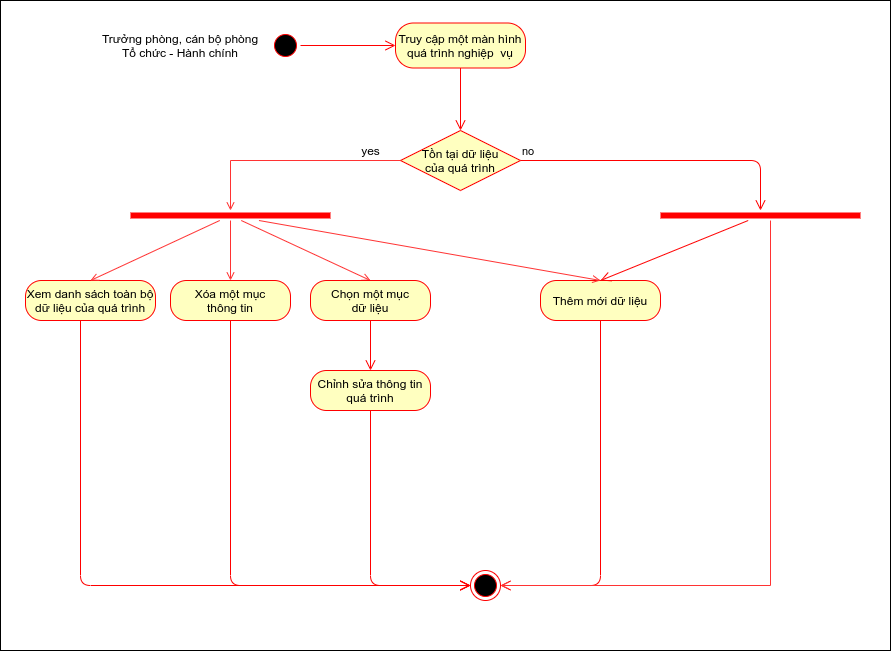
Above: img/UML/TchcStaff/activityQuanLyQT.png in namgold/LVTN_REPORT (draw.io), before the change. Source tidied: cells renumbered, new cells last; positions are measured from the earlier drawing's top-left corner, leaving out a move shared by most shapes.
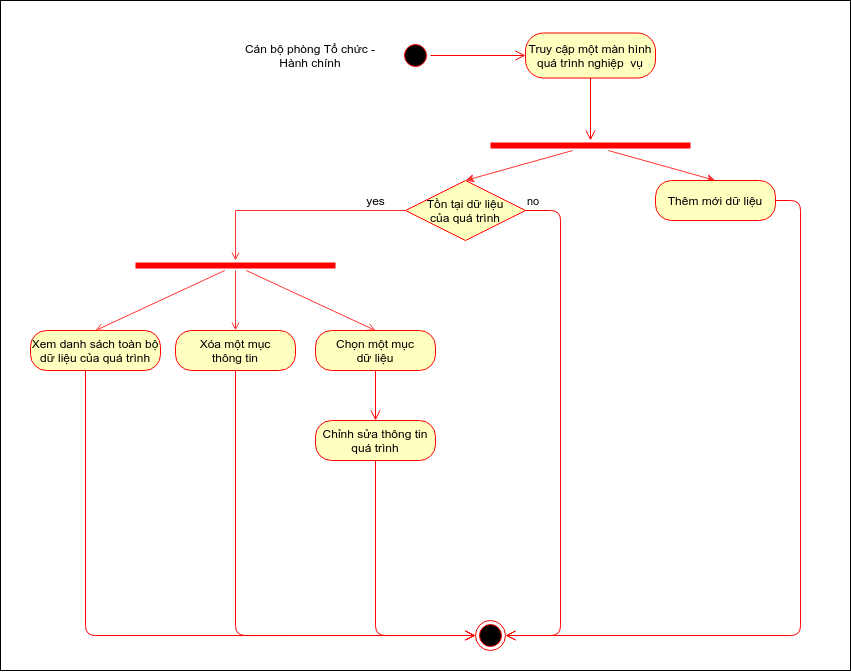
The same diagram one commit later.

Change to the diagram source:
```diff
@@ -3,13 +3,13 @@
     <mxCell id="0" />
     <mxCell id="1" parent="0" />
     <mxCell id="2" style="ellipse;html=1;shape=startState;fillColor=#000000;strokeColor=#ff0000;" parent="1" vertex="1">
-      <mxGeometry x="270" y="30" width="30" height="30" as="geometry" />
+      <mxGeometry x="395" y="-10" width="30" height="30" as="geometry" />
     </mxCell>
     <mxCell id="3" style="edgeStyle=orthogonalEdgeStyle;html=1;verticalAlign=bottom;endArrow=open;endSize=8;strokeColor=#ff0000;entryX=0;entryY=0.5;entryDx=0;entryDy=0;" parent="1" edge="1" source="2" target="19">
       <mxGeometry relative="1" as="geometry" />
     </mxCell>
-    <mxCell id="4" value="Trưởng phòng, cán bộ phòng Tổ chức - Hành chính" style="text;html=1;strokeColor=none;fillColor=none;align=center;verticalAlign=middle;whiteSpace=wrap;rounded=0;" parent="1" vertex="1">
-      <mxGeometry x="100" y="35" width="160" height="20" as="geometry" />
+    <mxCell id="4" value="Cán bộ phòng Tổ chức - Hành chính" style="text;html=1;strokeColor=none;fillColor=none;align=center;verticalAlign=middle;whiteSpace=wrap;rounded=0;" parent="1" vertex="1">
+      <mxGeometry x="225" y="-5" width="160" height="20" as="geometry" />
     </mxCell>
     <mxCell id="5" style="edgeStyle=orthogonalEdgeStyle;rounded=0;jettySize=auto;html=1;exitX=0;exitY=0.5;exitDx=0;exitDy=0;endArrow=open;endFill=0;strokeColor=#FF3333;entryX=0.5;entryY=0;entryDx=0;entryDy=0;entryPerimeter=0;" parent="1" edge="1" source="6" target="25">
       <mxGeometry relative="1" as="geometry" />
@@ -17,8 +17,13 @@
     <mxCell id="6" value="Tồn tại dữ liệu&lt;br&gt;của quá trình" style="rhombus;whiteSpace=wrap;html=1;fillColor=#ffffc0;strokeColor=#ff0000;" parent="1" vertex="1">
       <mxGeometry x="400" y="130" width="120" height="60" as="geometry" />
     </mxCell>
-    <mxCell id="7" value="no" style="edgeStyle=orthogonalEdgeStyle;html=1;align=left;verticalAlign=bottom;endArrow=open;endSize=8;strokeColor=#ff0000;" parent="1" edge="1" source="6" target="17">
-      <mxGeometry x="-1" relative="1" as="geometry" />
+    <mxCell id="7" value="no" style="edgeStyle=orthogonalEdgeStyle;html=1;align=left;verticalAlign=bottom;endArrow=open;endSize=8;strokeColor=#ff0000;entryX=1;entryY=0.5;entryDx=0;entryDy=0;" parent="1" edge="1" source="6" target="29">
+      <mxGeometry x="-1" relative="1" as="geometry">
+        <Array as="points">
+          <mxPoint x="555" y="160" />
+          <mxPoint x="555" y="585" />
+        </Array>
+      </mxGeometry>
     </mxCell>
     <mxCell id="8" value="Xem danh sách toàn bộ dữ liệu của quá trình" style="rounded=1;whiteSpace=wrap;html=1;arcSize=40;fontColor=#000000;fillColor=#ffffc0;strokeColor=#ff0000;" parent="1" vertex="1">
       <mxGeometry x="25" y="280" width="130" height="40" as="geometry" />
@@ -50,33 +55,10 @@
         </Array>
       </mxGeometry>
     </mxCell>
-    <mxCell id="14" value="Thêm mới dữ liệu" style="rounded=1;whiteSpace=wrap;html=1;arcSize=40;fontColor=#000000;fillColor=#ffffc0;strokeColor=#ff0000;" parent="1" vertex="1">
-      <mxGeometry x="540" y="280" width="120" height="40" as="geometry" />
-    </mxCell>
-    <mxCell id="15" style="edgeStyle=orthogonalEdgeStyle;html=1;verticalAlign=bottom;endArrow=open;endSize=8;strokeColor=#ff0000;entryX=1;entryY=0.5;entryDx=0;entryDy=0;" parent="1" edge="1" source="14" target="29">
-      <mxGeometry relative="1" as="geometry">
-        <Array as="points">
-          <mxPoint x="600" y="585" />
-        </Array>
-      </mxGeometry>
-    </mxCell>
-    <mxCell id="16" style="edgeStyle=orthogonalEdgeStyle;rounded=0;jettySize=auto;html=1;endArrow=open;endFill=0;strokeColor=#FF3333;entryX=1;entryY=0.5;entryDx=0;entryDy=0;" parent="1" edge="1" source="17" target="29">
-      <mxGeometry relative="1" as="geometry">
-        <Array as="points">
-          <mxPoint x="770" y="585" />
-        </Array>
-      </mxGeometry>
-    </mxCell>
-    <mxCell id="17" style="shape=line;html=1;strokeWidth=6;strokeColor=#ff0000;" parent="1" vertex="1">
-      <mxGeometry x="660" y="210" width="200" height="10" as="geometry" />
-    </mxCell>
-    <mxCell id="18" style="html=1;verticalAlign=bottom;endArrow=open;endSize=8;strokeColor=#ff0000;entryX=0.5;entryY=0;entryDx=0;entryDy=0;" parent="1" edge="1" source="17" target="14">
-      <mxGeometry relative="1" as="geometry" />
-    </mxCell>
     <mxCell id="19" value="Truy cập một màn hình quá trình nghiệp&amp;nbsp; vụ" style="rounded=1;whiteSpace=wrap;html=1;arcSize=40;fontColor=#000000;fillColor=#ffffc0;strokeColor=#ff0000;" parent="1" vertex="1">
-      <mxGeometry x="395" y="22.5" width="130" height="45" as="geometry" />
+      <mxGeometry x="520" y="-17.5" width="130" height="45" as="geometry" />
     </mxCell>
-    <mxCell id="20" style="edgeStyle=orthogonalEdgeStyle;html=1;verticalAlign=bottom;endArrow=open;endSize=8;strokeColor=#ff0000;entryX=0.5;entryY=0;entryDx=0;entryDy=0;" parent="1" edge="1" source="19" target="6">
+    <mxCell id="20" style="edgeStyle=orthogonalEdgeStyle;html=1;verticalAlign=bottom;endArrow=open;endSize=8;strokeColor=#ff0000;" parent="1" edge="1" source="19" target="33">
       <mxGeometry relative="1" as="geometry" />
     </mxCell>
     <mxCell id="21" style="rounded=0;jettySize=auto;html=1;entryX=0.5;entryY=0;entryDx=0;entryDy=0;endArrow=open;endFill=0;strokeColor=#FF3333;" parent="1" edge="1" source="25" target="8">
@@ -88,9 +70,6 @@
     <mxCell id="23" style="edgeStyle=none;rounded=0;jettySize=auto;html=1;entryX=0.5;entryY=0;entryDx=0;entryDy=0;endArrow=open;endFill=0;strokeColor=#FF3333;" parent="1" edge="1" source="25" target="12">
       <mxGeometry relative="1" as="geometry" />
     </mxCell>
-    <mxCell id="24" style="rounded=0;jettySize=auto;html=1;entryX=0.5;entryY=0;entryDx=0;entryDy=0;endArrow=open;endFill=0;strokeColor=#FF3333;" parent="1" edge="1" source="25" target="14">
-      <mxGeometry relative="1" as="geometry" />
-    </mxCell>
     <mxCell id="25" style="shape=line;html=1;strokeWidth=6;strokeColor=#ff0000;" parent="1" vertex="1">
       <mxGeometry x="130" y="210" width="200" height="10" as="geometry" />
     </mxCell>
@@ -107,7 +86,27 @@
       <mxGeometry x="470" y="570" width="30" height="30" as="geometry" />
     </mxCell>
     <mxCell id="30" style="rounded=0;whiteSpace=wrap;html=1;fillColor=none;" parent="1" vertex="1">
-      <mxGeometry width="890" height="650" as="geometry" />
+      <mxGeometry x="-5" y="-50" width="850" height="670" as="geometry" />
     </mxCell>
+    <mxCell id="31" style="rounded=0;jettySize=auto;html=1;entryX=0.5;entryY=0;entryDx=0;entryDy=0;strokeColor=#FF3333;" parent="1" edge="1" source="33" target="14">
+      <mxGeometry relative="1" as="geometry" />
+    </mxCell>
+    <mxCell id="32" style="edgeStyle=none;rounded=0;jettySize=auto;html=1;entryX=0.5;entryY=0;entryDx=0;entryDy=0;strokeColor=#FF3333;" parent="1" edge="1" source="33" target="6">
+      <mxGeometry relative="1" as="geometry" />
+    </mxCell>
+    <mxCell id="33" style="shape=line;html=1;strokeWidth=6;strokeColor=#ff0000;" parent="1" vertex="1">
+      <mxGeometry x="485" y="90" width="200" height="10" as="geometry" />
+    </mxCell>
+    <mxCell id="14" value="Thêm mới dữ liệu" style="rounded=1;whiteSpace=wrap;html=1;arcSize=40;fontColor=#000000;fillColor=#ffffc0;strokeColor=#ff0000;" parent="1" vertex="1">
+      <mxGeometry x="650" y="130" width="120" height="40" as="geometry" />
+    </mxCell>
+    <mxCell id="15" style="edgeStyle=orthogonalEdgeStyle;html=1;verticalAlign=bottom;endArrow=open;endSize=8;strokeColor=#ff0000;entryX=1;entryY=0.5;entryDx=0;entryDy=0;" parent="1" edge="1" source="14" target="29">
+      <mxGeometry relative="1" as="geometry">
+        <Array as="points">
+          <mxPoint x="795" y="150" />
+          <mxPoint x="795" y="585" />
+        </Array>
+      </mxGeometry>
+    </mxCell>
   </root>
 </mxGraphModel>
```
